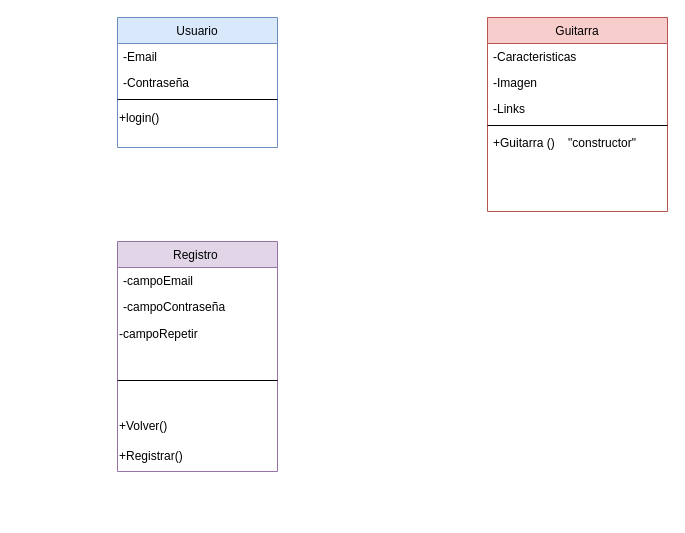
This is mockups/DiagramaClases.drawio from okronar/ProyectoFinalSergioRamos, a draw.io file, before an edit. Source tidied: cells renumbered, new cells numbered last; positions are measured from the earlier drawing's top-left corner, leaving out a move shared by most shapes. Both pictures are drawn from the tidied source at 100%, with x=0, y=0 at pixel (117, 17).
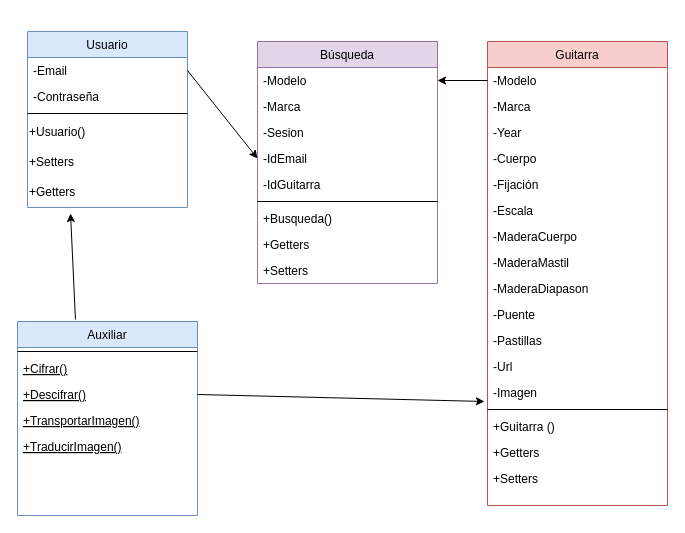
Above is the later version.

The change refers to these unchanged cells:
```xml
<mxCell id="3" value="-Email" style="text;align=left;verticalAlign=top;spacingLeft=4;spacingRight=4;overflow=hidden;points=[[0,0.5],[1,0.5]];portConstraint=eastwest;" parent="2" vertex="1">
  <mxGeometry y="26" width="160" height="26" as="geometry" />
</mxCell>
```

Diff of the diagram source:
```diff
@@
     <mxCell id="2" value="Usuario" style="swimlane;fontStyle=0;align=center;verticalAlign=top;horizontal=1;startSize=26;rounded=0;shadow=0;strokeWidth=1;fillColor=#dae8fc;strokeColor=#6c8ebf;" parent="1" vertex="1">
-      <mxGeometry width="160" height="130" as="geometry" />
+      <mxGeometry x="-90" y="14" width="160" height="176" as="geometry" />
     </mxCell>
@@
-    <mxCell id="6" value="+login()" style="text;html=1;align=left;verticalAlign=middle;strokeColor=none;fillColor=none;" parent="2" vertex="1">
+    <mxCell id="6" value="+Usuario()" style="text;html=1;align=left;verticalAlign=middle;strokeColor=none;fillColor=none;" parent="2" vertex="1">
       <mxGeometry y="86" width="160" height="30" as="geometry" />
     </mxCell>
+    <mxCell id="20" value="+Setters" style="text;html=1;align=left;verticalAlign=middle;strokeColor=none;fillColor=none;" parent="2" vertex="1">
+      <mxGeometry y="116" width="160" height="30" as="geometry" />
+    </mxCell>
+    <mxCell id="21" value="+Getters" style="text;html=1;align=left;verticalAlign=middle;points=[];strokeColor=none;fillColor=none;" parent="2" vertex="1">
+      <mxGeometry y="146" width="160" height="30" as="geometry" />
+    </mxCell>
     <mxCell id="7" value="Guitarra" style="swimlane;fontStyle=0;align=center;verticalAlign=top;horizontal=1;startSize=26;rounded=0;shadow=0;strokeWidth=1;fillColor=#f8cecc;strokeColor=#b85450;" parent="1" vertex="1">
-      <mxGeometry x="370" width="180" height="194" as="geometry" />
+      <mxGeometry x="370" y="24" width="180" height="464" as="geometry" />
     </mxCell>
-    <mxCell id="8" value="-Caracteristicas" style="text;align=left;verticalAlign=top;spacingLeft=4;spacingRight=4;overflow=hidden;points=[[0,0.5],[1,0.5]];portConstraint=eastwest;" parent="7" vertex="1">
+    <mxCell id="8" value="-Modelo" style="text;align=left;verticalAlign=top;spacingLeft=4;spacingRight=4;overflow=hidden;points=[[0,0.5],[1,0.5]];portConstraint=eastwest;" parent="7" vertex="1">
       <mxGeometry y="26" width="180" height="26" as="geometry" />
     </mxCell>
+    <mxCell id="22" value="-Marca" style="text;align=left;verticalAlign=top;spacingLeft=4;spacingRight=4;overflow=hidden;" parent="7" vertex="1">
+      <mxGeometry y="52" width="180" height="26" as="geometry" />
+    </mxCell>
+    <mxCell id="23" value="-Year" style="text;align=left;verticalAlign=top;spacingLeft=4;spacingRight=4;overflow=hidden;" parent="7" vertex="1">
+      <mxGeometry y="78" width="180" height="26" as="geometry" />
+    </mxCell>
+    <mxCell id="24" value="-Cuerpo" style="text;align=left;verticalAlign=top;spacingLeft=4;spacingRight=4;overflow=hidden;" parent="7" vertex="1">
+      <mxGeometry y="104" width="180" height="26" as="geometry" />
+    </mxCell>
+    <mxCell id="25" value="-Fijación" style="text;align=left;verticalAlign=top;spacingLeft=4;spacingRight=4;overflow=hidden;" parent="7" vertex="1">
+      <mxGeometry y="130" width="180" height="26" as="geometry" />
+    </mxCell>
+    <mxCell id="26" value="-Escala" style="text;align=left;verticalAlign=top;spacingLeft=4;spacingRight=4;overflow=hidden;" parent="7" vertex="1">
+      <mxGeometry y="156" width="180" height="26" as="geometry" />
+    </mxCell>
+    <mxCell id="27" value="-MaderaCuerpo" style="text;align=left;verticalAlign=top;spacingLeft=4;spacingRight=4;overflow=hidden;" parent="7" vertex="1">
+      <mxGeometry y="182" width="180" height="26" as="geometry" />
+    </mxCell>
+    <mxCell id="28" value="-MaderaMastil" style="text;align=left;verticalAlign=top;spacingLeft=4;spacingRight=4;overflow=hidden;" parent="7" vertex="1">
+      <mxGeometry y="208" width="180" height="26" as="geometry" />
+    </mxCell>
+    <mxCell id="29" value="-MaderaDiapason" style="text;align=left;verticalAlign=top;spacingLeft=4;spacingRight=4;overflow=hidden;" parent="7" vertex="1">
+      <mxGeometry y="234" width="180" height="26" as="geometry" />
+    </mxCell>
+    <mxCell id="30" value="-Puente" style="text;align=left;verticalAlign=top;spacingLeft=4;spacingRight=4;overflow=hidden;" parent="7" vertex="1">
+      <mxGeometry y="260" width="180" height="26" as="geometry" />
+    </mxCell>
+    <mxCell id="31" value="-Pastillas" style="text;align=left;verticalAlign=top;spacingLeft=4;spacingRight=4;overflow=hidden;rounded=0;shadow=0;html=0;" parent="7" vertex="1">
+      <mxGeometry y="286" width="180" height="26" as="geometry" />
+    </mxCell>
+    <mxCell id="10" value="-Url" style="text;align=left;verticalAlign=top;spacingLeft=4;spacingRight=4;overflow=hidden;rounded=0;shadow=0;html=0;" parent="7" vertex="1">
+      <mxGeometry y="312" width="180" height="26" as="geometry" />
+    </mxCell>
     <mxCell id="9" value="-Imagen" style="text;align=left;verticalAlign=top;spacingLeft=4;spacingRight=4;overflow=hidden;points=[[0,0.5],[1,0.5]];portConstraint=eastwest;rounded=0;shadow=0;html=0;" parent="7" vertex="1">
-      <mxGeometry y="52" width="180" height="26" as="geometry" />
+      <mxGeometry y="338" width="180" height="26" as="geometry" />
     </mxCell>
-    <mxCell id="10" value="-Links" style="text;align=left;verticalAlign=top;spacingLeft=4;spacingRight=4;overflow=hidden;rounded=0;shadow=0;html=0;" parent="7" vertex="1">
-      <mxGeometry y="78" width="180" height="26" as="geometry" />
-    </mxCell>
     <mxCell id="11" style="line;html=1;strokeWidth=1;align=left;verticalAlign=middle;spacingTop=-1;spacingLeft=3;spacingRight=3;labelPosition=right;" parent="7" vertex="1">
-      <mxGeometry y="104" width="180" height="8" as="geometry" />
+      <mxGeometry y="364" width="180" height="8" as="geometry" />
     </mxCell>
-    <mxCell id="12" value="+Guitarra ()    &quot;constructor&quot;" style="text;align=left;verticalAlign=top;spacingLeft=4;spacingRight=4;overflow=hidden;" parent="7" vertex="1">
-      <mxGeometry y="112" width="180" height="26" as="geometry" />
+    <mxCell id="12" value="+Guitarra ()  " style="text;align=left;verticalAlign=top;spacingLeft=4;spacingRight=4;overflow=hidden;" parent="7" vertex="1">
+      <mxGeometry y="372" width="180" height="26" as="geometry" />
     </mxCell>
-    <mxCell id="13" value="Registro " style="swimlane;fontStyle=0;align=center;verticalAlign=top;horizontal=1;startSize=26;rounded=0;shadow=0;strokeWidth=1;fillColor=#e1d5e7;strokeColor=#9673a6;" parent="1" vertex="1">
-      <mxGeometry y="224" width="160" height="230" as="geometry" />
-    </mxCell>
-    <mxCell id="14" value="-campoEmail" style="text;align=left;verticalAlign=top;spacingLeft=4;spacingRight=4;overflow=hidden;" parent="13" vertex="1">
-      <mxGeometry y="26" width="160" height="26" as="geometry" />
-    </mxCell>
-    <mxCell id="15" value="-campoContraseña&#10;" style="text;align=left;verticalAlign=top;spacingLeft=4;spacingRight=4;overflow=hidden;rounded=0;shadow=0;html=0;" parent="13" vertex="1">
-      <mxGeometry y="52" width="160" height="26" as="geometry" />
-    </mxCell>
-    <mxCell id="16" value="-campoRepetir" style="text;html=1;align=left;verticalAlign=middle;strokeColor=none;fillColor=none;" parent="13" vertex="1">
-      <mxGeometry y="78" width="160" height="30" as="geometry" />
-    </mxCell>
-    <mxCell id="17" style="line;html=1;strokeWidth=1;align=left;verticalAlign=middle;spacingTop=-1;spacingLeft=3;spacingRight=3;labelPosition=right;" parent="13" vertex="1">
-      <mxGeometry y="108" width="160" height="62" as="geometry" />
-    </mxCell>
-    <mxCell id="18" value="+Volver()" style="text;html=1;align=left;verticalAlign=middle;strokeColor=none;fillColor=none;" parent="13" vertex="1">
-      <mxGeometry y="170" width="160" height="30" as="geometry" />
-    </mxCell>
-    <mxCell id="19" value="+Registrar()" style="text;html=1;align=left;verticalAlign=middle;strokeColor=none;fillColor=none;" parent="13" vertex="1">
-      <mxGeometry y="200" width="160" height="30" as="geometry" />
-    </mxCell>
+    <mxCell id="32" value="+Getters" style="text;align=left;verticalAlign=top;spacingLeft=4;spacingRight=4;overflow=hidden;" parent="7" vertex="1">
+      <mxGeometry y="398" width="180" height="26" as="geometry" />
+    </mxCell>
+    <mxCell id="33" value="+Setters" style="text;align=left;verticalAlign=top;spacingLeft=4;spacingRight=4;overflow=hidden;" parent="7" vertex="1">
+      <mxGeometry y="424" width="180" height="26" as="geometry" />
+    </mxCell>
+    <mxCell id="34" value="Búsqueda" style="swimlane;fontStyle=0;align=center;verticalAlign=top;horizontal=1;startSize=26;rounded=0;shadow=0;strokeWidth=1;fillColor=#e1d5e7;strokeColor=#9673a6;" parent="1" vertex="1">
+      <mxGeometry x="140" y="24" width="180" height="242" as="geometry" />
+    </mxCell>
+    <mxCell id="35" value="-Modelo" style="text;align=left;verticalAlign=top;spacingLeft=4;spacingRight=4;overflow=hidden;points=[[0,0.5],[1,0.5]];portConstraint=eastwest;" parent="34" vertex="1">
+      <mxGeometry y="26" width="180" height="26" as="geometry" />
+    </mxCell>
+    <mxCell id="36" value="-Marca" style="text;align=left;verticalAlign=top;spacingLeft=4;spacingRight=4;overflow=hidden;rounded=0;shadow=0;html=0;" parent="34" vertex="1">
+      <mxGeometry y="52" width="180" height="26" as="geometry" />
+    </mxCell>
+    <mxCell id="37" value="-Sesion" style="text;align=left;verticalAlign=top;spacingLeft=4;spacingRight=4;overflow=hidden;rounded=0;shadow=0;html=0;" parent="34" vertex="1">
+      <mxGeometry y="78" width="180" height="26" as="geometry" />
+    </mxCell>
+    <mxCell id="38" value="-IdEmail" style="text;align=left;verticalAlign=top;spacingLeft=4;spacingRight=4;overflow=hidden;points=[[0,0.5],[1,0.5]];portConstraint=eastwest;rounded=0;shadow=0;html=0;" parent="34" vertex="1">
+      <mxGeometry y="104" width="180" height="26" as="geometry" />
+    </mxCell>
+    <mxCell id="39" value="-IdGuitarra" style="text;align=left;verticalAlign=top;spacingLeft=4;spacingRight=4;overflow=hidden;rounded=0;shadow=0;html=0;" parent="34" vertex="1">
+      <mxGeometry y="130" width="180" height="26" as="geometry" />
+    </mxCell>
+    <mxCell id="40" style="line;html=1;strokeWidth=1;align=left;verticalAlign=middle;spacingTop=-1;spacingLeft=3;spacingRight=3;labelPosition=right;" parent="34" vertex="1">
+      <mxGeometry y="156" width="180" height="8" as="geometry" />
+    </mxCell>
+    <mxCell id="41" value="+Busqueda()" style="text;align=left;verticalAlign=top;spacingLeft=4;spacingRight=4;overflow=hidden;" parent="34" vertex="1">
+      <mxGeometry y="164" width="180" height="26" as="geometry" />
+    </mxCell>
+    <mxCell id="42" value="+Getters" style="text;align=left;verticalAlign=top;spacingLeft=4;spacingRight=4;overflow=hidden;" parent="34" vertex="1">
+      <mxGeometry y="190" width="180" height="26" as="geometry" />
+    </mxCell>
+    <mxCell id="43" value="+Setters" style="text;align=left;verticalAlign=top;spacingLeft=4;spacingRight=4;overflow=hidden;" parent="34" vertex="1">
+      <mxGeometry y="216" width="180" height="26" as="geometry" />
+    </mxCell>
+    <mxCell id="44" value="Auxiliar" style="swimlane;fontStyle=0;align=center;verticalAlign=top;horizontal=1;startSize=26;rounded=0;shadow=0;strokeWidth=1;fillColor=#dae8fc;strokeColor=#6c8ebf;" parent="1" vertex="1">
+      <mxGeometry x="-100" y="304" width="180" height="194" as="geometry" />
+    </mxCell>
+    <mxCell id="45" style="line;html=1;strokeWidth=1;align=left;verticalAlign=middle;spacingTop=-1;spacingLeft=3;spacingRight=3;labelPosition=right;" parent="44" vertex="1">
+      <mxGeometry y="26" width="180" height="8" as="geometry" />
+    </mxCell>
+    <mxCell id="46" value="+Cifrar()&#10;" style="text;align=left;verticalAlign=top;spacingLeft=4;spacingRight=4;overflow=hidden;fontStyle=4;" parent="44" vertex="1">
+      <mxGeometry y="34" width="180" height="26" as="geometry" />
+    </mxCell>
+    <mxCell id="47" value="+Descifrar()" style="text;align=left;verticalAlign=top;spacingLeft=4;spacingRight=4;overflow=hidden;points=[[0,0.5],[1,0.5]];portConstraint=eastwest;fontStyle=4;" parent="44" vertex="1">
+      <mxGeometry y="60" width="180" height="26" as="geometry" />
+    </mxCell>
+    <mxCell id="48" value="+TransportarImagen()&#10;" style="text;align=left;verticalAlign=top;spacingLeft=4;spacingRight=4;overflow=hidden;fontStyle=4;" parent="44" vertex="1">
+      <mxGeometry y="86" width="180" height="26" as="geometry" />
+    </mxCell>
+    <mxCell id="49" value="+TraducirImagen()" style="text;align=left;verticalAlign=top;spacingLeft=4;spacingRight=4;overflow=hidden;fontStyle=4;" parent="44" vertex="1">
+      <mxGeometry y="112" width="180" height="26" as="geometry" />
+    </mxCell>
+    <mxCell id="50" style="endArrow=classic;html=1;rounded=0;entryX=0.269;entryY=1.2;entryDx=0;entryDy=0;entryPerimeter=0;exitX=0.322;exitY=-0.01;exitDx=0;exitDy=0;exitPerimeter=0;" parent="1" edge="1" source="44" target="21">
+      <mxGeometry relative="1" as="geometry" />
+    </mxCell>
+    <mxCell id="51" style="endArrow=classic;html=1;rounded=0;entryX=-0.017;entryY=0.846;entryDx=0;entryDy=0;entryPerimeter=0;exitX=1;exitY=0.5;exitDx=0;exitDy=0;" parent="1" edge="1" source="47" target="9">
+      <mxGeometry relative="1" as="geometry" />
+    </mxCell>
+    <mxCell id="52" style="endArrow=classic;html=1;rounded=0;entryX=0;entryY=0.5;entryDx=0;entryDy=0;exitX=1;exitY=0.5;exitDx=0;exitDy=0;" parent="1" edge="1" source="3" target="38">
+      <mxGeometry relative="1" as="geometry" />
+    </mxCell>
+    <mxCell id="53" style="endArrow=classic;html=1;rounded=0;entryX=1;entryY=0.5;entryDx=0;entryDy=0;exitX=0;exitY=0.5;exitDx=0;exitDy=0;" parent="1" edge="1" source="8" target="35">
+      <mxGeometry relative="1" as="geometry" />
+    </mxCell>
```
